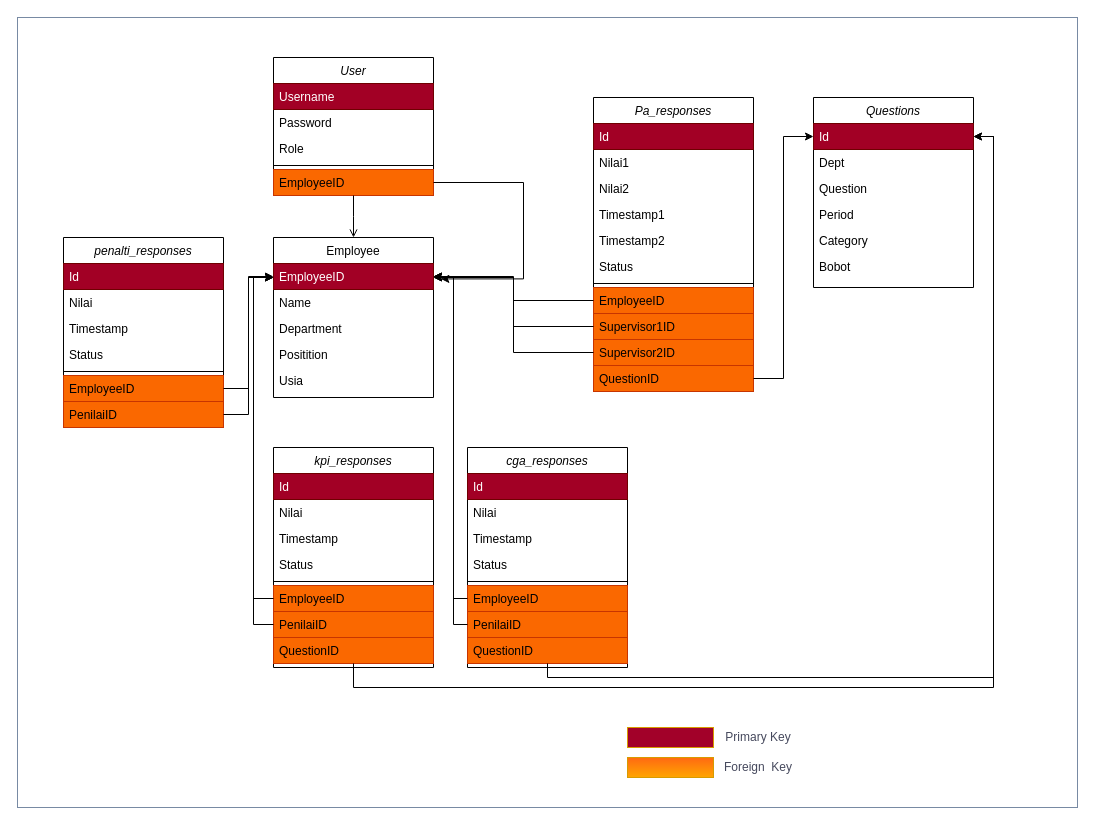
Above: database-diagram.drawio in jezreelkosasih/diagram (draw.io), before the change. Source tidied: cells renumbered, new cells numbered last; positions are measured from the earlier drawing's top-left corner, leaving out a move shared by most shapes. Both pictures are drawn from the tidied source at 100%, with x=0, y=0 at pixel (17, 17).
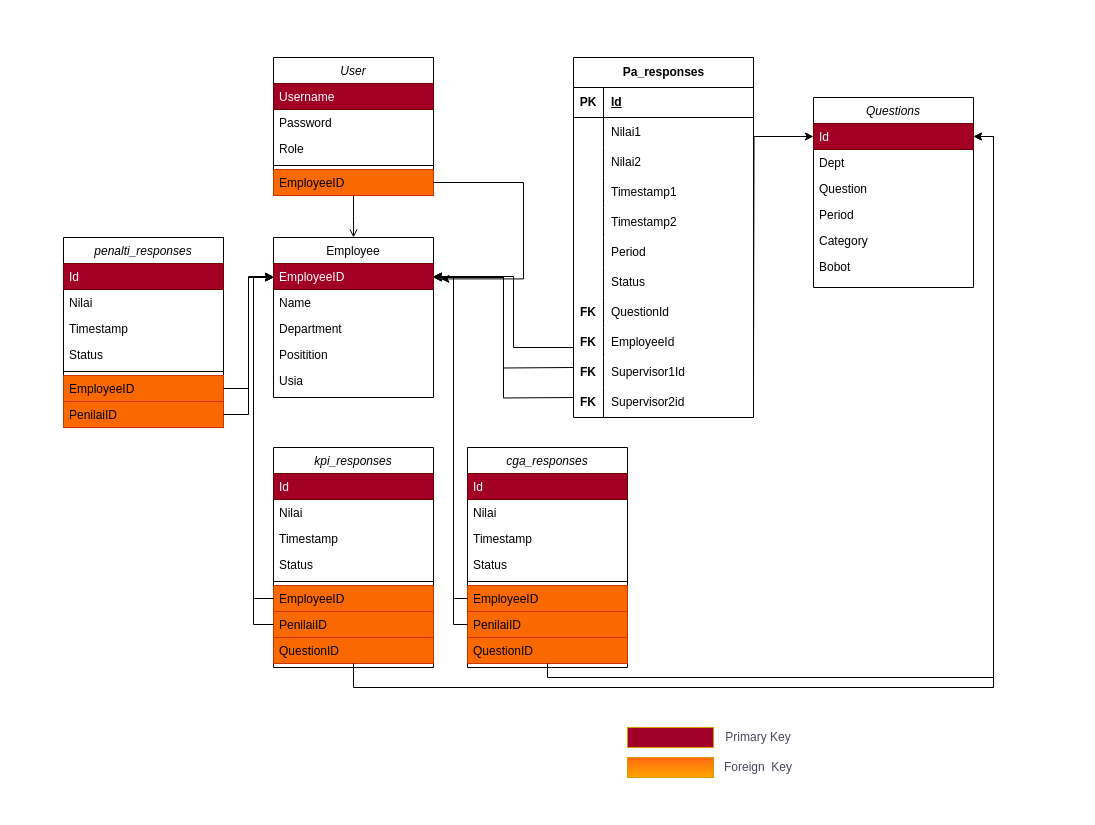
Above is the later version.

Unchanged cells that the change refers to:
```xml
<mxCell id="8" value="Employee" style="swimlane;fontStyle=0;align=center;verticalAlign=top;horizontal=1;startSize=26;rounded=0;shadow=0;strokeWidth=1;" parent="1" vertex="1">
  <mxGeometry x="256" y="220" width="160" height="160" as="geometry" />
</mxCell>
<mxCell id="9" value="EmployeeID" style="text;align=left;verticalAlign=top;spacingLeft=4;spacingRight=4;overflow=hidden;points=[[0,0.5],[1,0.5]];portConstraint=eastwest;fillColor=#a20025;fontColor=#ffffff;strokeColor=#6F0000;" parent="8" vertex="1">
  <mxGeometry y="26" width="160" height="26" as="geometry" />
</mxCell>
<mxCell id="32" value="Id" style="text;align=left;verticalAlign=top;spacingLeft=4;spacingRight=4;overflow=hidden;points=[[0,0.5],[1,0.5]];portConstraint=eastwest;fillColor=#a20025;fontColor=#ffffff;strokeColor=#6F0000;" parent="31" vertex="1">
  <mxGeometry y="26" width="160" height="26" as="geometry" />
</mxCell>
```

Change to the diagram source:
```diff
@@
-    <mxCell id="16" value="Pa_responses" style="swimlane;fontStyle=2;align=center;verticalAlign=top;horizontal=1;startSize=26;rounded=0;shadow=0;strokeWidth=1;" parent="1" vertex="1">
-      <mxGeometry x="576" y="80" width="160" height="294" as="geometry" />
-    </mxCell>
-    <mxCell id="17" value="Id" style="text;align=left;verticalAlign=top;spacingLeft=4;spacingRight=4;overflow=hidden;fillColor=#a20025;fontColor=#ffffff;strokeColor=#6F0000;" parent="16" vertex="1">
-      <mxGeometry y="26" width="160" height="26" as="geometry" />
-    </mxCell>
-    <mxCell id="18" value="Nilai1" style="text;align=left;verticalAlign=top;spacingLeft=4;spacingRight=4;overflow=hidden;rounded=0;shadow=0;html=0;" parent="16" vertex="1">
-      <mxGeometry y="52" width="160" height="26" as="geometry" />
-    </mxCell>
-    <mxCell id="19" value="Nilai2" style="text;align=left;verticalAlign=top;spacingLeft=4;spacingRight=4;overflow=hidden;rounded=0;shadow=0;html=0;" parent="16" vertex="1">
-      <mxGeometry y="78" width="160" height="26" as="geometry" />
-    </mxCell>
-    <mxCell id="20" value="Timestamp1" style="text;align=left;verticalAlign=top;spacingLeft=4;spacingRight=4;overflow=hidden;rounded=0;shadow=0;html=0;" parent="16" vertex="1">
-      <mxGeometry y="104" width="160" height="26" as="geometry" />
-    </mxCell>
-    <mxCell id="21" value="Timestamp2" style="text;align=left;verticalAlign=top;spacingLeft=4;spacingRight=4;overflow=hidden;rounded=0;shadow=0;html=0;" parent="16" vertex="1">
-      <mxGeometry y="130" width="160" height="26" as="geometry" />
-    </mxCell>
-    <mxCell id="22" value="Status" style="text;align=left;verticalAlign=top;spacingLeft=4;spacingRight=4;overflow=hidden;rounded=0;shadow=0;html=0;" parent="16" vertex="1">
-      <mxGeometry y="156" width="160" height="26" as="geometry" />
-    </mxCell>
-    <mxCell id="23" style="line;html=1;strokeWidth=1;align=left;verticalAlign=middle;spacingTop=-1;spacingLeft=3;spacingRight=3;labelPosition=right;" parent="16" vertex="1">
-      <mxGeometry y="182" width="160" height="8" as="geometry" />
-    </mxCell>
-    <mxCell id="24" value="EmployeeID" style="text;align=left;verticalAlign=top;spacingLeft=4;spacingRight=4;overflow=hidden;points=[[0,0.5],[1,0.5]];portConstraint=eastwest;fillColor=#fa6800;fontColor=#000000;strokeColor=#C73500;" parent="16" vertex="1">
-      <mxGeometry y="190" width="160" height="26" as="geometry" />
-    </mxCell>
-    <mxCell id="25" value="Supervisor1ID" style="text;align=left;verticalAlign=top;spacingLeft=4;spacingRight=4;overflow=hidden;points=[[0,0.5],[1,0.5]];portConstraint=eastwest;fillColor=#fa6800;fontColor=#000000;strokeColor=#C73500;" parent="16" vertex="1">
-      <mxGeometry y="216" width="160" height="26" as="geometry" />
-    </mxCell>
-    <mxCell id="26" value="Supervisor2ID" style="text;align=left;verticalAlign=top;spacingLeft=4;spacingRight=4;overflow=hidden;points=[[0,0.5],[1,0.5]];portConstraint=eastwest;fillColor=#fa6800;fontColor=#000000;strokeColor=#C73500;" parent="16" vertex="1">
-      <mxGeometry y="242" width="160" height="26" as="geometry" />
-    </mxCell>
-    <mxCell id="27" value="QuestionID" style="text;align=left;verticalAlign=top;spacingLeft=4;spacingRight=4;overflow=hidden;points=[[0,0.5],[1,0.5]];portConstraint=eastwest;fillColor=#fa6800;fontColor=#000000;strokeColor=#C73500;" parent="16" vertex="1">
-      <mxGeometry y="268" width="160" height="26" as="geometry" />
-    </mxCell>
-    <mxCell id="28" style="edgeStyle=orthogonalEdgeStyle;rounded=0;jettySize=auto;html=1;entryX=1;entryY=0.25;entryDx=0;entryDy=0;" parent="1" edge="1" source="24" target="8">
-      <mxGeometry relative="1" as="geometry" />
+    <mxCell id="28" style="edgeStyle=orthogonalEdgeStyle;rounded=0;jettySize=auto;html=1;entryX=1;entryY=0.25;entryDx=0;entryDy=0;" parent="1" edge="1" target="8">
+      <mxGeometry relative="1" as="geometry">
+        <mxPoint x="556" y="350" as="sourcePoint" />
+      </mxGeometry>
     </mxCell>
-    <mxCell id="29" style="edgeStyle=orthogonalEdgeStyle;rounded=0;jettySize=auto;html=1;entryX=1;entryY=0.25;entryDx=0;entryDy=0;" parent="1" edge="1" source="25" target="8">
-      <mxGeometry relative="1" as="geometry" />
+    <mxCell id="29" style="edgeStyle=orthogonalEdgeStyle;rounded=0;jettySize=auto;html=1;entryX=1;entryY=0.25;entryDx=0;entryDy=0;" parent="1" edge="1" target="8">
+      <mxGeometry relative="1" as="geometry">
+        <mxPoint x="556" y="380" as="sourcePoint" />
+      </mxGeometry>
     </mxCell>
-    <mxCell id="30" style="edgeStyle=orthogonalEdgeStyle;rounded=0;jettySize=auto;html=1;entryX=1;entryY=0.5;entryDx=0;entryDy=0;" parent="1" edge="1" source="26" target="9">
-      <mxGeometry relative="1" as="geometry" />
+    <mxCell id="30" style="edgeStyle=orthogonalEdgeStyle;rounded=0;jettySize=auto;html=1;entryX=1;entryY=0.5;entryDx=0;entryDy=0;" parent="1" edge="1" target="9">
+      <mxGeometry relative="1" as="geometry">
+        <mxPoint x="556" y="330" as="sourcePoint" />
+        <Array as="points">
+          <mxPoint x="496" y="330" />
+          <mxPoint x="496" y="259" />
+        </Array>
+      </mxGeometry>
     </mxCell>
@@
-    <mxCell id="38" style="edgeStyle=orthogonalEdgeStyle;rounded=0;jettySize=auto;html=1;entryX=0;entryY=0.5;entryDx=0;entryDy=0;" parent="1" edge="1" source="27" target="32">
-      <mxGeometry relative="1" as="geometry" />
+    <mxCell id="38" style="edgeStyle=orthogonalEdgeStyle;rounded=0;jettySize=auto;html=1;entryX=0;entryY=0.5;entryDx=0;entryDy=0;" parent="1" edge="1" target="32">
+      <mxGeometry relative="1" as="geometry">
+        <mxPoint x="736" y="361" as="sourcePoint" />
+      </mxGeometry>
     </mxCell>
@@
-    <mxCell id="73" style="rounded=0;whiteSpace=wrap;html=1;strokeColor=#788AA3;fontColor=#46495D;fillColor=none;" parent="1" vertex="1">
-      <mxGeometry width="1060" height="790" as="geometry" />
-    </mxCell>
@@
+    <mxCell id="16" value="Pa_responses" style="shape=table;startSize=30;childLayout=tableLayout;rowLines=0;fontStyle=1;align=center;html=1;" parent="1" vertex="1">
+      <mxGeometry x="556" y="40" width="180" height="360" as="geometry" />
+    </mxCell>
+    <mxCell id="78" style="shape=tableRow;horizontal=0;startSize=0;swimlaneHead=0;swimlaneBody=0;fillColor=none;top=0;left=0;right=0;bottom=1;" parent="16" vertex="1">
+      <mxGeometry y="30" width="180" height="30" as="geometry" />
+    </mxCell>
+    <mxCell id="79" value="PK" style="shape=partialRectangle;fillColor=none;top=0;left=0;bottom=0;right=0;fontStyle=1;overflow=hidden;whiteSpace=wrap;html=1;" parent="78" vertex="1">
+      <mxGeometry width="30" height="30" as="geometry" />
+    </mxCell>
+    <mxCell id="17" value="Id" style="shape=partialRectangle;fillColor=none;top=0;left=0;bottom=0;right=0;align=left;spacingLeft=6;fontStyle=5;overflow=hidden;whiteSpace=wrap;html=1;" parent="78" vertex="1">
+      <mxGeometry x="30" width="150" height="30" as="geometry" />
+    </mxCell>
+    <mxCell id="80" style="shape=tableRow;horizontal=0;startSize=0;swimlaneHead=0;swimlaneBody=0;fillColor=none;top=0;left=0;right=0;bottom=0;" parent="16" vertex="1">
+      <mxGeometry y="60" width="180" height="30" as="geometry" />
+    </mxCell>
+    <mxCell id="81" style="shape=partialRectangle;fillColor=none;top=0;left=0;bottom=0;right=0;overflow=hidden;whiteSpace=wrap;html=1;" parent="80" vertex="1">
+      <mxGeometry width="30" height="30" as="geometry" />
+    </mxCell>
+    <mxCell id="18" value="Nilai1" style="shape=partialRectangle;fillColor=none;top=0;left=0;bottom=0;right=0;align=left;spacingLeft=6;overflow=hidden;whiteSpace=wrap;html=1;" parent="80" vertex="1">
+      <mxGeometry x="30" width="150" height="30" as="geometry" />
+    </mxCell>
+    <mxCell id="82" style="shape=tableRow;horizontal=0;startSize=0;swimlaneHead=0;swimlaneBody=0;fillColor=none;top=0;left=0;right=0;bottom=0;" parent="16" vertex="1">
+      <mxGeometry y="90" width="180" height="30" as="geometry" />
+    </mxCell>
+    <mxCell id="83" style="shape=partialRectangle;fillColor=none;top=0;left=0;bottom=0;right=0;overflow=hidden;whiteSpace=wrap;html=1;" parent="82" vertex="1">
+      <mxGeometry width="30" height="30" as="geometry" />
+    </mxCell>
+    <mxCell id="19" value="Nilai2" style="shape=partialRectangle;fillColor=none;top=0;left=0;bottom=0;right=0;align=left;spacingLeft=6;overflow=hidden;whiteSpace=wrap;html=1;" parent="82" vertex="1">
+      <mxGeometry x="30" width="150" height="30" as="geometry" />
+    </mxCell>
+    <mxCell id="84" style="shape=tableRow;horizontal=0;startSize=0;swimlaneHead=0;swimlaneBody=0;fillColor=none;top=0;left=0;right=0;bottom=0;" parent="16" vertex="1">
+      <mxGeometry y="120" width="180" height="30" as="geometry" />
+    </mxCell>
+    <mxCell id="85" style="shape=partialRectangle;fillColor=none;top=0;left=0;bottom=0;right=0;overflow=hidden;whiteSpace=wrap;html=1;" parent="84" vertex="1">
+      <mxGeometry width="30" height="30" as="geometry" />
+    </mxCell>
+    <mxCell id="20" value="Timestamp1" style="shape=partialRectangle;fillColor=none;top=0;left=0;bottom=0;right=0;align=left;spacingLeft=6;overflow=hidden;whiteSpace=wrap;html=1;" parent="84" vertex="1">
+      <mxGeometry x="30" width="150" height="30" as="geometry" />
+    </mxCell>
+    <mxCell id="86" style="shape=tableRow;horizontal=0;startSize=0;swimlaneHead=0;swimlaneBody=0;fillColor=none;top=0;left=0;right=0;bottom=0;" parent="16" vertex="1">
+      <mxGeometry y="150" width="180" height="30" as="geometry" />
+    </mxCell>
+    <mxCell id="87" style="shape=partialRectangle;fillColor=none;top=0;left=0;bottom=0;right=0;overflow=hidden;whiteSpace=wrap;html=1;" parent="86" vertex="1">
+      <mxGeometry width="30" height="30" as="geometry" />
+    </mxCell>
+    <mxCell id="21" value="Timestamp2" style="shape=partialRectangle;fillColor=none;top=0;left=0;bottom=0;right=0;align=left;spacingLeft=6;overflow=hidden;whiteSpace=wrap;html=1;" parent="86" vertex="1">
+      <mxGeometry x="30" width="150" height="30" as="geometry" />
+    </mxCell>
+    <mxCell id="88" style="shape=tableRow;horizontal=0;startSize=0;swimlaneHead=0;swimlaneBody=0;fillColor=none;top=0;left=0;right=0;bottom=0;" parent="16" vertex="1">
+      <mxGeometry y="180" width="180" height="30" as="geometry" />
+    </mxCell>
+    <mxCell id="89" style="shape=partialRectangle;fillColor=none;top=0;left=0;bottom=0;right=0;overflow=hidden;whiteSpace=wrap;html=1;" parent="88" vertex="1">
+      <mxGeometry width="30" height="30" as="geometry" />
+    </mxCell>
+    <mxCell id="90" value="Period" style="shape=partialRectangle;fillColor=none;top=0;left=0;bottom=0;right=0;align=left;spacingLeft=6;overflow=hidden;whiteSpace=wrap;html=1;" parent="88" vertex="1">
+      <mxGeometry x="30" width="150" height="30" as="geometry" />
+    </mxCell>
+    <mxCell id="91" style="shape=tableRow;horizontal=0;startSize=0;swimlaneHead=0;swimlaneBody=0;fillColor=none;top=0;left=0;right=0;bottom=0;" parent="16" vertex="1">
+      <mxGeometry y="210" width="180" height="30" as="geometry" />
+    </mxCell>
+    <mxCell id="92" style="shape=partialRectangle;fillColor=none;top=0;left=0;bottom=0;right=0;overflow=hidden;whiteSpace=wrap;html=1;" parent="91" vertex="1">
+      <mxGeometry width="30" height="30" as="geometry" />
+    </mxCell>
+    <mxCell id="22" value="Status" style="shape=partialRectangle;fillColor=none;top=0;left=0;bottom=0;right=0;align=left;spacingLeft=6;overflow=hidden;whiteSpace=wrap;html=1;" parent="91" vertex="1">
+      <mxGeometry x="30" width="150" height="30" as="geometry" />
+    </mxCell>
+    <mxCell id="93" style="shape=tableRow;horizontal=0;startSize=0;swimlaneHead=0;swimlaneBody=0;fillColor=none;top=0;left=0;right=0;bottom=0;" parent="16" vertex="1">
+      <mxGeometry y="240" width="180" height="30" as="geometry" />
+    </mxCell>
+    <mxCell id="94" value="&lt;b&gt;FK&lt;/b&gt;" style="shape=partialRectangle;fillColor=none;top=0;left=0;bottom=0;right=0;overflow=hidden;whiteSpace=wrap;html=1;" parent="93" vertex="1">
+      <mxGeometry width="30" height="30" as="geometry" />
+    </mxCell>
+    <mxCell id="95" value="QuestionId" style="shape=partialRectangle;fillColor=none;top=0;left=0;bottom=0;right=0;align=left;spacingLeft=6;overflow=hidden;whiteSpace=wrap;html=1;" parent="93" vertex="1">
+      <mxGeometry x="30" width="150" height="30" as="geometry" />
+    </mxCell>
+    <mxCell id="96" style="shape=tableRow;horizontal=0;startSize=0;swimlaneHead=0;swimlaneBody=0;fillColor=none;top=0;left=0;right=0;bottom=0;" parent="16" vertex="1">
+      <mxGeometry y="270" width="180" height="30" as="geometry" />
+    </mxCell>
+    <mxCell id="97" value="&lt;b&gt;FK&lt;/b&gt;" style="shape=partialRectangle;fillColor=none;top=0;left=0;bottom=0;right=0;overflow=hidden;whiteSpace=wrap;html=1;" parent="96" vertex="1">
+      <mxGeometry width="30" height="30" as="geometry" />
+    </mxCell>
+    <mxCell id="98" value="EmployeeId" style="shape=partialRectangle;fillColor=none;top=0;left=0;bottom=0;right=0;align=left;spacingLeft=6;overflow=hidden;whiteSpace=wrap;html=1;" parent="96" vertex="1">
+      <mxGeometry x="30" width="150" height="30" as="geometry" />
+    </mxCell>
+    <mxCell id="99" style="shape=tableRow;horizontal=0;startSize=0;swimlaneHead=0;swimlaneBody=0;fillColor=none;top=0;left=0;right=0;bottom=0;" parent="16" vertex="1">
+      <mxGeometry y="300" width="180" height="30" as="geometry" />
+    </mxCell>
+    <mxCell id="100" value="&lt;b&gt;FK&lt;/b&gt;" style="shape=partialRectangle;fillColor=none;top=0;left=0;bottom=0;right=0;overflow=hidden;whiteSpace=wrap;html=1;" parent="99" vertex="1">
+      <mxGeometry width="30" height="30" as="geometry" />
+    </mxCell>
+    <mxCell id="101" value="Supervisor1Id" style="shape=partialRectangle;fillColor=none;top=0;left=0;bottom=0;right=0;align=left;spacingLeft=6;overflow=hidden;whiteSpace=wrap;html=1;" parent="99" vertex="1">
+      <mxGeometry x="30" width="150" height="30" as="geometry" />
+    </mxCell>
+    <mxCell id="102" style="shape=tableRow;horizontal=0;startSize=0;swimlaneHead=0;swimlaneBody=0;fillColor=none;top=0;left=0;right=0;bottom=0;" parent="16" vertex="1">
+      <mxGeometry y="330" width="180" height="30" as="geometry" />
+    </mxCell>
+    <mxCell id="103" value="&lt;b&gt;FK&lt;/b&gt;" style="shape=partialRectangle;fillColor=none;top=0;left=0;bottom=0;right=0;overflow=hidden;whiteSpace=wrap;html=1;" parent="102" vertex="1">
+      <mxGeometry width="30" height="30" as="geometry" />
+    </mxCell>
+    <mxCell id="104" value="Supervisor2id" style="shape=partialRectangle;fillColor=none;top=0;left=0;bottom=0;right=0;align=left;spacingLeft=6;overflow=hidden;whiteSpace=wrap;html=1;" parent="102" vertex="1">
+      <mxGeometry x="30" width="150" height="30" as="geometry" />
+    </mxCell>
```
